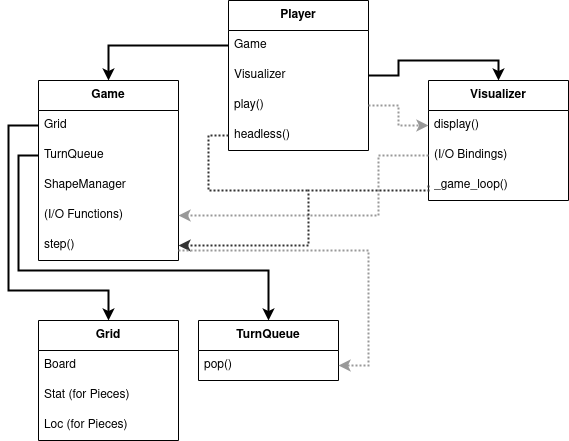
meshgridgame/meshgrid keeps this draw.io diagram as images/class_diagram_light.drawio.png. Above is the earlier version. Source tidied: cells renumbered, new cells last; positions are measured from the earlier drawing's top-left corner, leaving out a move shared by most shapes.
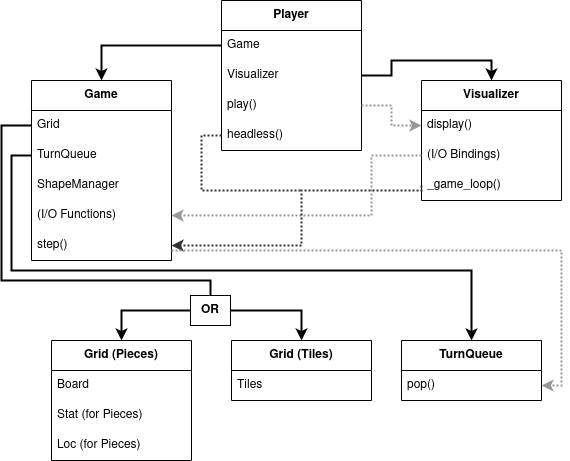
The same file after the commit.

What changed in the source:
```diff
@@ -59,39 +59,24 @@
         </Array>
       </mxGeometry>
     </mxCell>
-    <mxCell id="19" value="&lt;b&gt;Grid&lt;/b&gt;" style="swimlane;fontStyle=0;horizontal=1;startSize=30;whiteSpace=wrap;html=1;" parent="1" vertex="1">
-      <mxGeometry x="30" y="320" width="140" height="120" as="geometry" />
+    <mxCell id="19" value="&lt;b&gt;Grid (Tiles)&lt;br&gt;&lt;/b&gt;" style="swimlane;fontStyle=0;horizontal=1;startSize=30;whiteSpace=wrap;html=1;" parent="1" vertex="1">
+      <mxGeometry x="230" y="340" width="140" height="60" as="geometry" />
     </mxCell>
-    <mxCell id="20" value="Board" style="text;strokeColor=none;fillColor=none;align=left;verticalAlign=middle;spacingLeft=4;spacingRight=4;overflow=hidden;whiteSpace=wrap;html=1;" parent="19" vertex="1">
+    <mxCell id="20" value="Tiles" style="text;strokeColor=none;fillColor=none;align=left;verticalAlign=middle;spacingLeft=4;spacingRight=4;overflow=hidden;whiteSpace=wrap;html=1;" parent="19" vertex="1">
       <mxGeometry y="30" width="140" height="30" as="geometry" />
     </mxCell>
-    <mxCell id="21" value="Stat (for Pieces)" style="text;strokeColor=none;fillColor=none;align=left;verticalAlign=middle;spacingLeft=4;spacingRight=4;overflow=hidden;whiteSpace=wrap;html=1;" parent="19" vertex="1">
-      <mxGeometry y="60" width="140" height="30" as="geometry" />
-    </mxCell>
-    <mxCell id="22" value="Loc (for Pieces)" style="text;strokeColor=none;fillColor=none;align=left;verticalAlign=middle;spacingLeft=4;spacingRight=4;overflow=hidden;whiteSpace=wrap;html=1;" parent="19" vertex="1">
-      <mxGeometry y="90" width="140" height="30" as="geometry" />
-    </mxCell>
     <mxCell id="23" value="&lt;b&gt;TurnQueue&lt;/b&gt;" style="swimlane;fontStyle=0;horizontal=1;startSize=30;whiteSpace=wrap;html=1;" parent="1" vertex="1">
-      <mxGeometry x="190" y="320" width="140" height="60" as="geometry" />
+      <mxGeometry x="400" y="340" width="140" height="60" as="geometry" />
     </mxCell>
     <mxCell id="24" value="pop()" style="text;strokeColor=none;fillColor=none;align=left;verticalAlign=middle;spacingLeft=4;spacingRight=4;overflow=hidden;points=[[0,0.5],[1,0.5]];portConstraint=eastwest;whiteSpace=wrap;html=1;" parent="23" vertex="1">
       <mxGeometry y="30" width="140" height="30" as="geometry" />
     </mxCell>
-    <mxCell id="25" style="edgeStyle=orthogonalEdgeStyle;rounded=0;jettySize=auto;html=1;exitX=0;exitY=0.5;exitDx=0;exitDy=0;strokeWidth=2;" parent="1" edge="1" source="8" target="19">
-      <mxGeometry relative="1" as="geometry">
-        <Array as="points">
-          <mxPoint y="125" />
-          <mxPoint y="290" />
-          <mxPoint x="100" y="290" />
-        </Array>
-      </mxGeometry>
-    </mxCell>
     <mxCell id="26" style="edgeStyle=orthogonalEdgeStyle;rounded=0;jettySize=auto;html=1;exitX=0;exitY=0.5;exitDx=0;exitDy=0;strokeWidth=2;entryX=0.5;entryY=0;entryDx=0;entryDy=0;" parent="1" edge="1" source="9" target="23">
       <mxGeometry relative="1" as="geometry">
         <Array as="points">
           <mxPoint x="10" y="155" />
           <mxPoint x="10" y="270" />
-          <mxPoint x="260" y="270" />
+          <mxPoint x="470" y="270" />
         </Array>
       </mxGeometry>
     </mxCell>
@@ -112,13 +97,12 @@
         </Array>
       </mxGeometry>
     </mxCell>
-    <mxCell id="29" style="edgeStyle=orthogonalEdgeStyle;rounded=0;jettySize=auto;html=1;entryX=1;entryY=0.75;entryDx=0;entryDy=0;dashed=1;strokeColor=#999999;strokeWidth=2;dashPattern=1 1;" parent="1" edge="1" target="23">
+    <mxCell id="29" style="edgeStyle=orthogonalEdgeStyle;rounded=0;jettySize=auto;html=1;dashed=1;strokeColor=#999999;strokeWidth=2;dashPattern=1 1;entryX=1;entryY=0.5;entryDx=0;entryDy=0;" parent="1" edge="1" target="24">
       <mxGeometry relative="1" as="geometry">
         <mxPoint x="170" y="250" as="sourcePoint" />
         <Array as="points">
-          <mxPoint x="170" y="250" />
-          <mxPoint x="360" y="250" />
-          <mxPoint x="360" y="365" />
+          <mxPoint x="560" y="250" />
+          <mxPoint x="560" y="385" />
         </Array>
       </mxGeometry>
     </mxCell>
@@ -135,5 +119,35 @@
     <mxCell id="31" style="edgeStyle=orthogonalEdgeStyle;rounded=0;jettySize=auto;html=1;entryX=0;entryY=0.5;entryDx=0;entryDy=0;dashed=1;dashPattern=1 1;strokeColor=#999999;strokeWidth=2;fontColor=#666666;endArrow=classic;endFill=1;" parent="1" edge="1" source="5" target="14">
       <mxGeometry relative="1" as="geometry" />
     </mxCell>
+    <mxCell id="32" style="edgeStyle=orthogonalEdgeStyle;rounded=0;jettySize=auto;html=1;exitX=1;exitY=0.5;exitDx=0;exitDy=0;entryX=0.5;entryY=0;entryDx=0;entryDy=0;strokeWidth=2;endArrow=classic;endFill=1;" parent="1" edge="1" source="34" target="19">
+      <mxGeometry relative="1" as="geometry" />
+    </mxCell>
+    <mxCell id="33" style="edgeStyle=orthogonalEdgeStyle;rounded=0;jettySize=auto;html=1;exitX=0;exitY=0.5;exitDx=0;exitDy=0;entryX=0.5;entryY=0;entryDx=0;entryDy=0;strokeWidth=2;endArrow=classic;endFill=1;" parent="1" edge="1" source="34" target="35">
+      <mxGeometry relative="1" as="geometry" />
+    </mxCell>
+    <mxCell id="34" value="&lt;b&gt;OR&lt;/b&gt;" style="text;html=1;align=center;verticalAlign=middle;whiteSpace=wrap;rounded=0;fillColor=#FFFFFF;strokeColor=default;horizontal=1;" parent="1" vertex="1">
+      <mxGeometry x="189" y="295" width="40" height="30" as="geometry" />
+    </mxCell>
+    <mxCell id="35" value="&lt;b&gt;Grid (Pieces)&lt;br&gt;&lt;/b&gt;" style="swimlane;fontStyle=0;horizontal=1;startSize=30;whiteSpace=wrap;html=1;" parent="1" vertex="1">
+      <mxGeometry x="50" y="340" width="140" height="120" as="geometry" />
+    </mxCell>
+    <mxCell id="36" value="Board" style="text;strokeColor=none;fillColor=none;align=left;verticalAlign=middle;spacingLeft=4;spacingRight=4;overflow=hidden;whiteSpace=wrap;html=1;" parent="35" vertex="1">
+      <mxGeometry y="30" width="140" height="30" as="geometry" />
+    </mxCell>
+    <mxCell id="21" value="Stat (for Pieces)" style="text;strokeColor=none;fillColor=none;align=left;verticalAlign=middle;spacingLeft=4;spacingRight=4;overflow=hidden;whiteSpace=wrap;html=1;" parent="35" vertex="1">
+      <mxGeometry y="60" width="140" height="30" as="geometry" />
+    </mxCell>
+    <mxCell id="22" value="Loc (for Pieces)" style="text;strokeColor=none;fillColor=none;align=left;verticalAlign=middle;spacingLeft=4;spacingRight=4;overflow=hidden;whiteSpace=wrap;html=1;" parent="35" vertex="1">
+      <mxGeometry y="90" width="140" height="30" as="geometry" />
+    </mxCell>
+    <mxCell id="37" style="edgeStyle=orthogonalEdgeStyle;rounded=0;jettySize=auto;html=1;exitX=0;exitY=0.5;exitDx=0;exitDy=0;entryX=0.5;entryY=0;entryDx=0;entryDy=0;strokeWidth=2;endArrow=none;endFill=0;" parent="1" edge="1" source="8" target="34">
+      <mxGeometry relative="1" as="geometry">
+        <Array as="points">
+          <mxPoint y="125" />
+          <mxPoint y="280" />
+          <mxPoint x="209" y="280" />
+        </Array>
+      </mxGeometry>
+    </mxCell>
   </root>
 </mxGraphModel>
```
